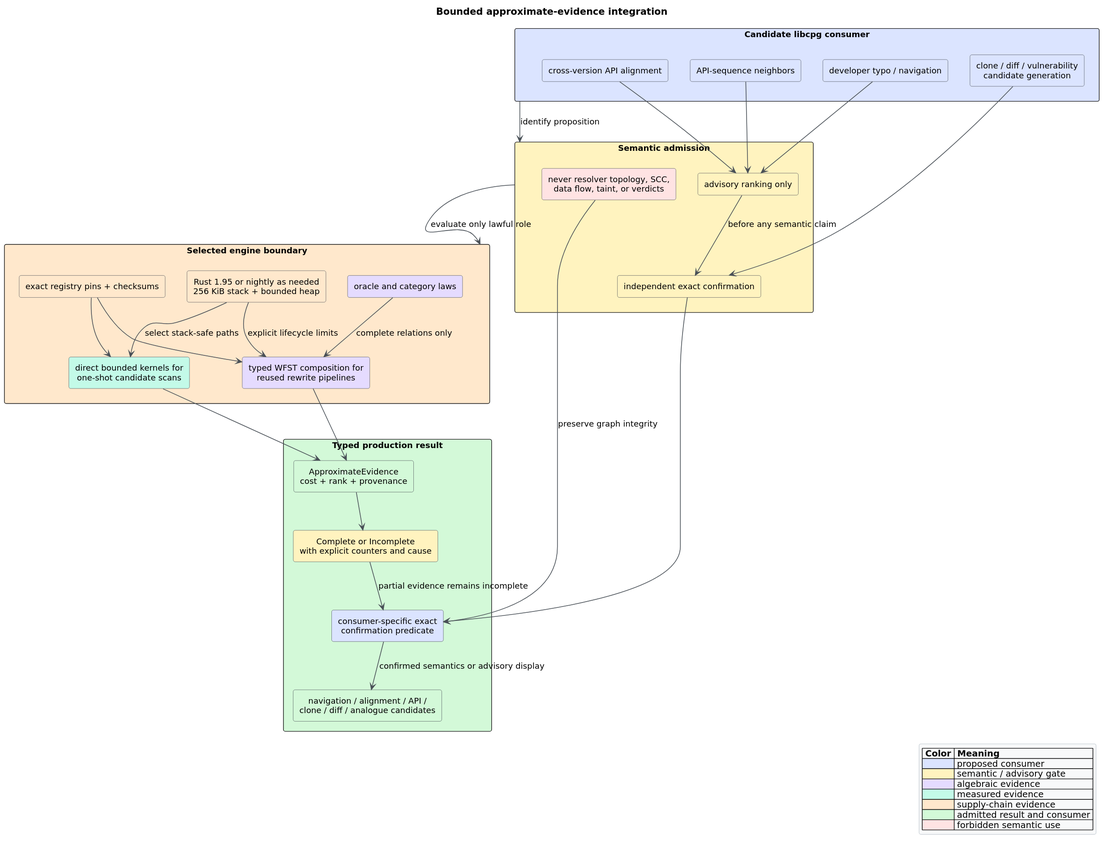
Earlier version of the PlantUML export docs/diagrams/approximate-automata-adoption.svg (vinary-tree/libcpg). Its source is kept beside it as docs/diagrams/approximate-automata-adoption.puml.
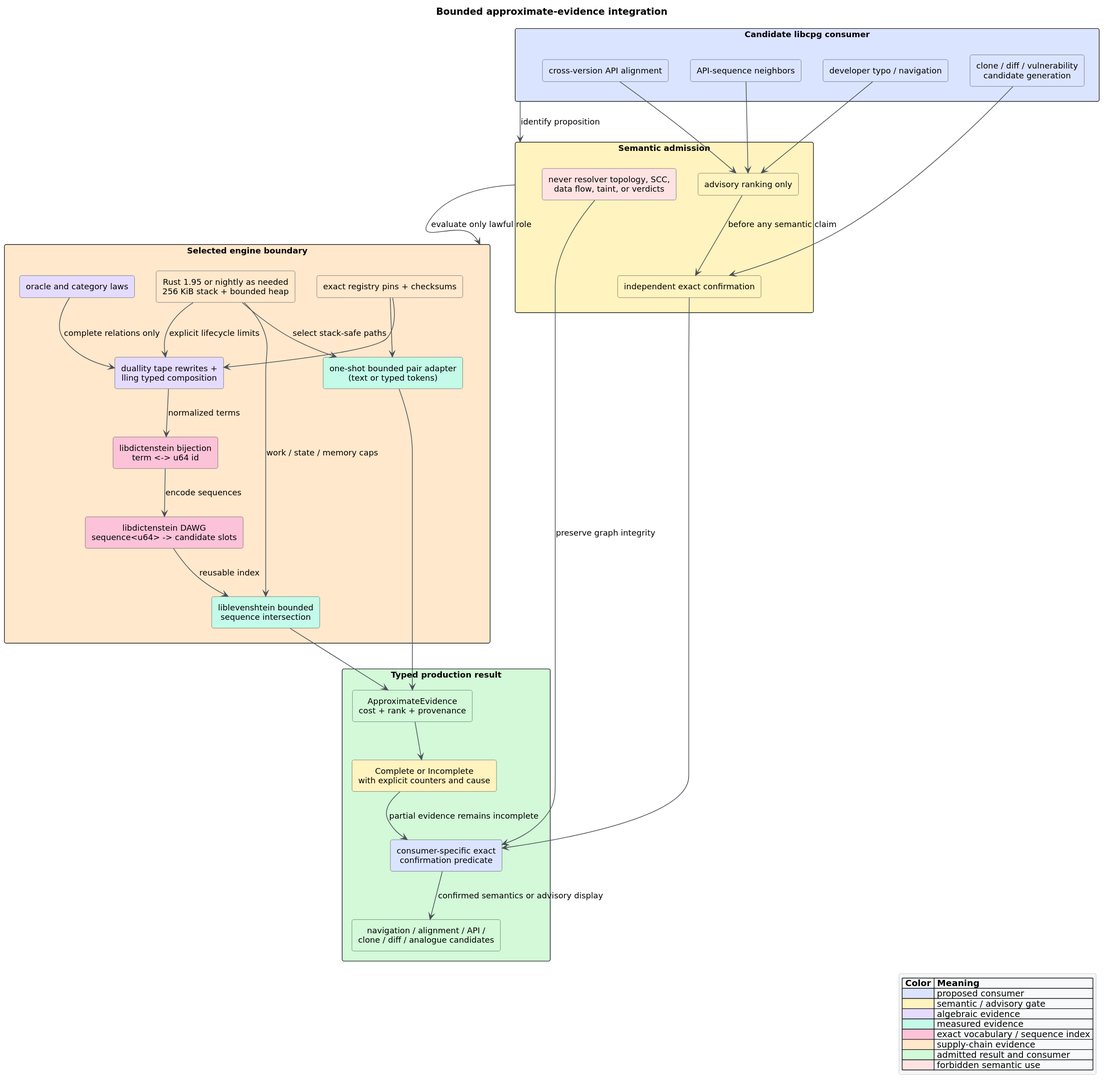
After the change.

Commit message:
docs(approximate): specify structural search boundary

The edit, as a diff of the source:
```diff
@@ -22,8 +22,11 @@
 rectangle "Selected engine boundary" as evidence #FFE8CC {
   component "exact registry pins + checksums" as supply #FFE8CC
   component "oracle and category laws" as laws #E5DBFF
-  component "direct bounded kernels for\none-shot candidate scans" as direct #C3FAE8
-  component "typed WFST composition for\nreused rewrite pipelines" as composed #E5DBFF
+  component "one-shot bounded pair adapter\n(text or typed tokens)" as direct #C3FAE8
+  component "duallity tape rewrites +\nlling typed composition" as composed #E5DBFF
+  component "libdictenstein bijection\nterm <-> u64 id" as vocabulary #FCC2D7
+  component "libdictenstein DAWG\nsequence<u64> -> candidate slots" as dictionary #FCC2D7
+  component "liblevenshtein bounded\nsequence intersection" as distance #C3FAE8
   component "Rust 1.95 or nightly as needed\n256 KiB stack + bounded heap" as resource #FFE8CC
 }
 
@@ -47,7 +50,11 @@
 resource --> direct : select stack-safe paths
 resource --> composed : explicit lifecycle limits
 direct --> result
-composed --> result
+composed --> vocabulary : normalized terms
+vocabulary --> dictionary : encode sequences
+dictionary --> distance : reusable index
+resource --> distance : work / state / memory caps
+distance --> result
 result --> completion
 completion --> exact : partial evidence remains incomplete
 confirm --> exact
@@ -60,6 +67,7 @@
   |<#FFF3BF>| semantic / advisory gate |
   |<#E5DBFF>| algebraic evidence |
   |<#C3FAE8>| measured evidence |
+  |<#FCC2D7>| exact vocabulary / sequence index |
   |<#FFE8CC>| supply-chain evidence |
   |<#D3F9D8>| admitted result and consumer |
   |<#FFE3E3>| forbidden semantic use |
```
